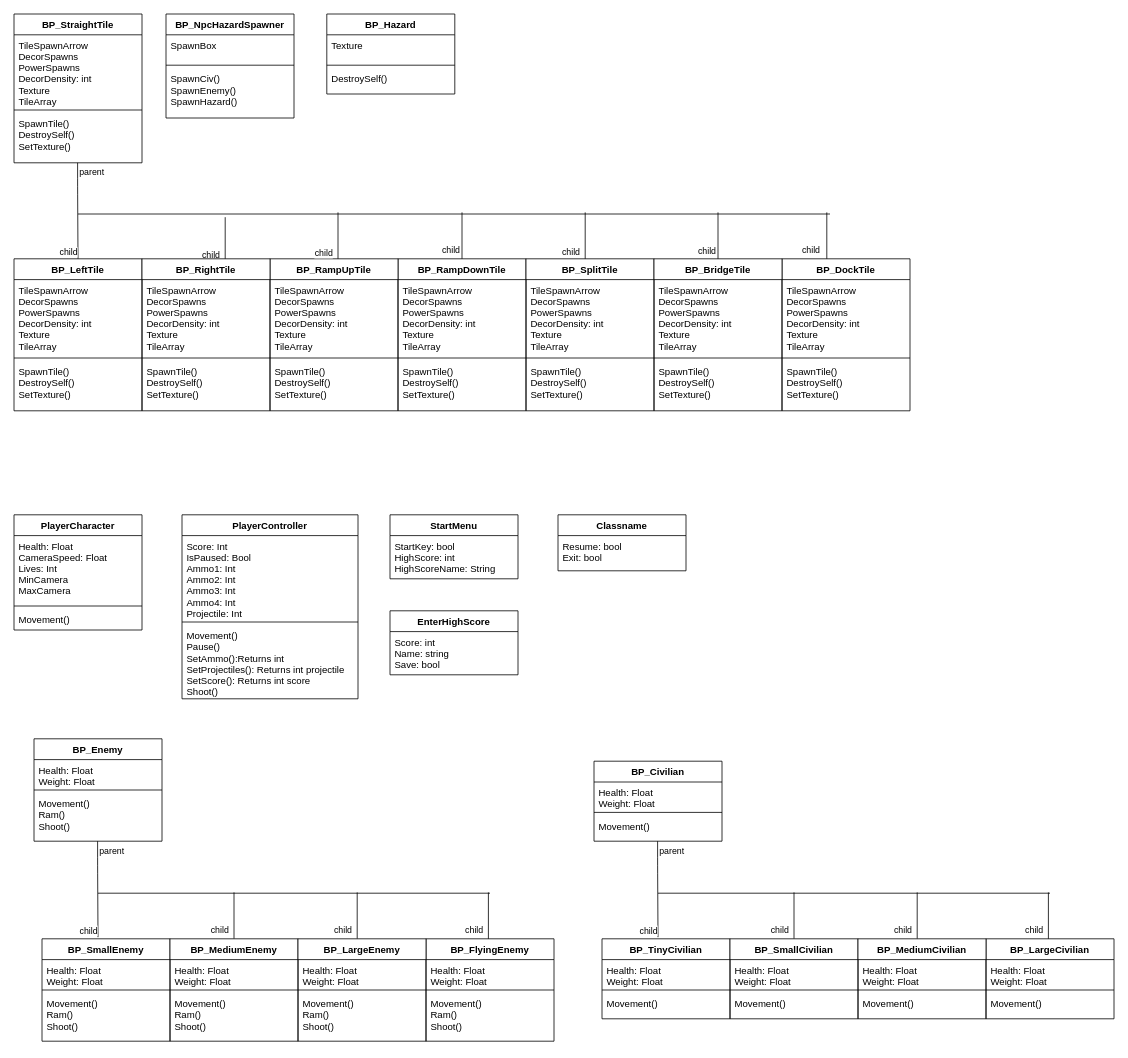
Earlier version of the draw.io diagram MAP UML Diagram.drawio (EanBott/MultiUserProject). Source tidied: cells renumbered, new cells numbered last; positions are measured from the earlier drawing's top-left corner, leaving out a move shared by most shapes. Both pictures are drawn from the tidied source at 80%, with x=0, y=0 at pixel (14, 14).
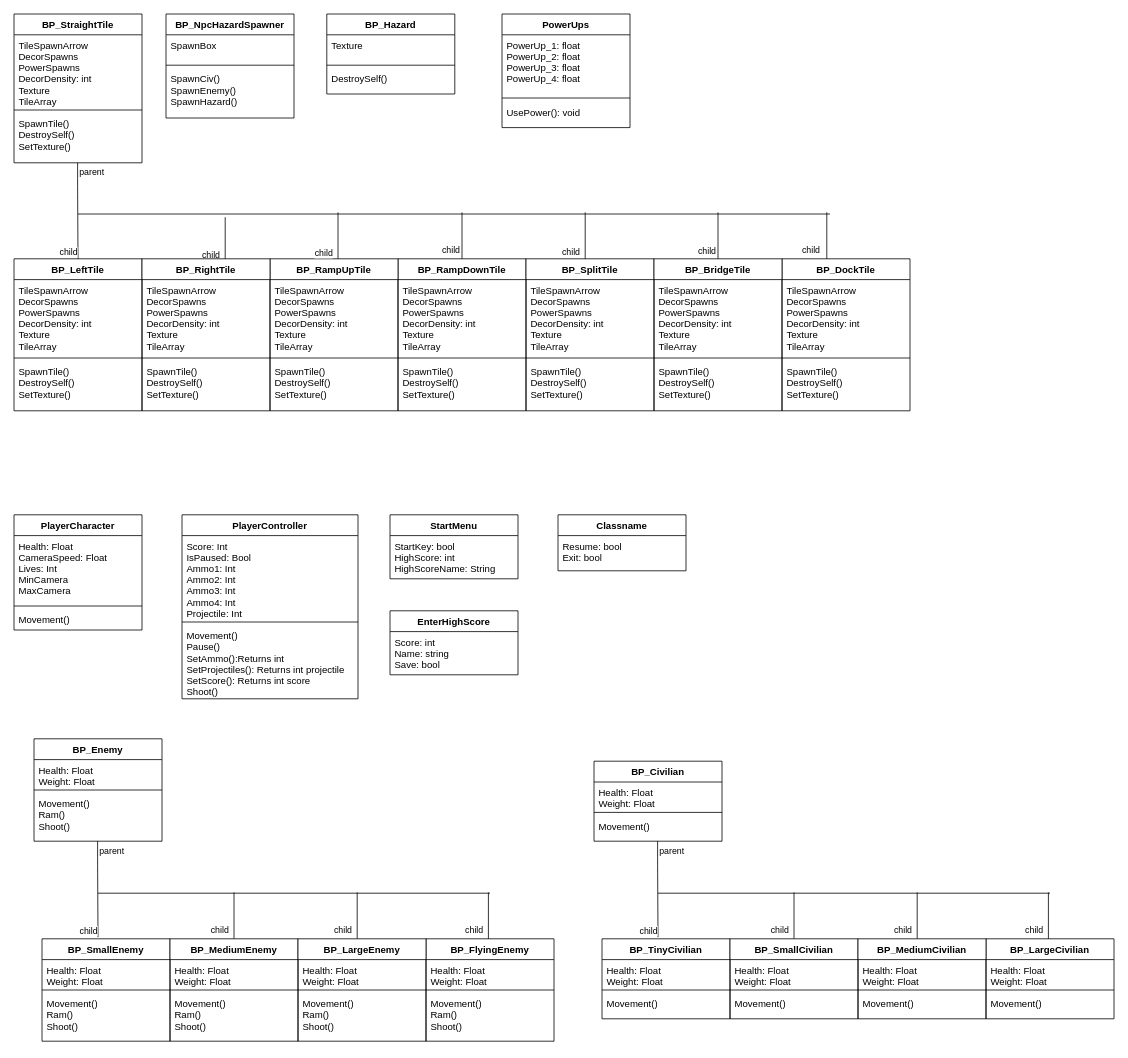
The same page after the edit.

Change to the diagram source:
```diff
@@
+    <mxCell id="132" value="PowerUps" style="swimlane;fontStyle=1;align=center;verticalAlign=top;horizontal=1;startSize=26;" parent="1" vertex="1">
+      <mxGeometry x="610" width="160" height="142" as="geometry" />
+    </mxCell>
+    <mxCell id="133" value="PowerUp_1: float&#10;PowerUp_2: float&#10;PowerUp_3: float&#10;PowerUp_4: float" style="text;strokeColor=none;fillColor=none;align=left;verticalAlign=top;spacingLeft=4;spacingRight=4;overflow=hidden;" parent="132" vertex="1">
+      <mxGeometry y="26" width="160" height="74" as="geometry" />
+    </mxCell>
+    <mxCell id="134" style="line;strokeWidth=1;fillColor=none;align=left;verticalAlign=middle;spacingTop=-1;spacingLeft=3;spacingRight=3;labelPosition=right;" parent="132" vertex="1">
+      <mxGeometry y="100" width="160" height="10" as="geometry" />
+    </mxCell>
+    <mxCell id="135" value="UsePower(): void" style="text;strokeColor=none;fillColor=none;align=left;verticalAlign=top;spacingLeft=4;spacingRight=4;overflow=hidden;" parent="132" vertex="1">
+      <mxGeometry y="110" width="160" height="32" as="geometry" />
+    </mxCell>
```
